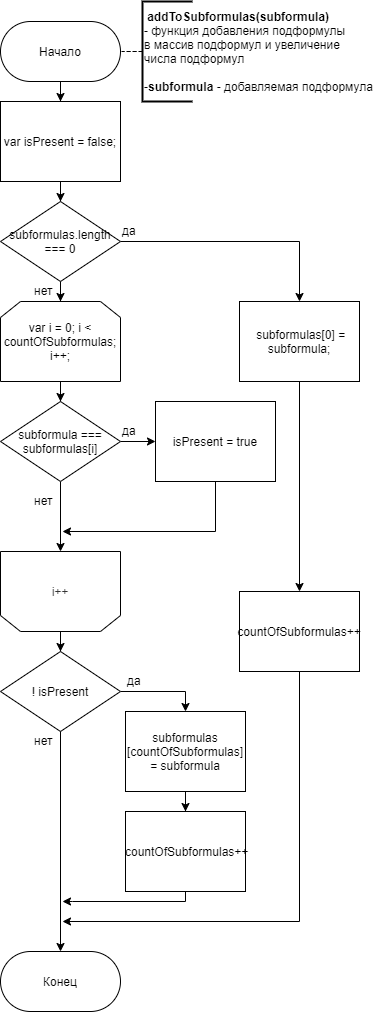
Earlier version of the draw.io export LR1/report/addToSubformulas.PNG (Kuzzzya99/LOIS). Source tidied: cells renumbered, new cells last; positions are measured from the earlier drawing's top-left corner, leaving out a move shared by most shapes.
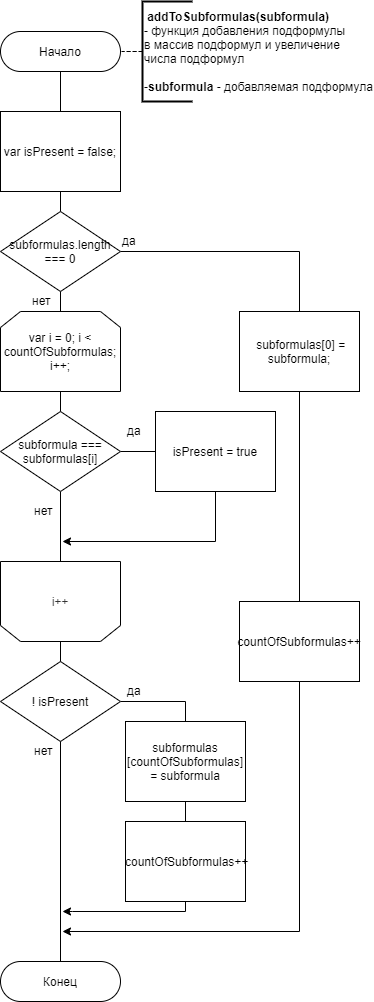
Above is the later version.

What changed in the source:
```diff
@@ -2,34 +2,31 @@
   <root>
     <mxCell id="0" />
     <mxCell id="1" parent="0" />
-    <mxCell id="2" style="edgeStyle=orthogonalEdgeStyle;rounded=0;jettySize=auto;html=1;" parent="1" edge="1" source="3" target="7">
-      <mxGeometry relative="1" as="geometry" />
-    </mxCell>
     <mxCell id="3" value="Начало&lt;br&gt;" style="whiteSpace=wrap;html=1;rounded=1;arcSize=50;align=center;verticalAlign=middle;strokeWidth=1;spacing=4;" parent="1" vertex="1">
-      <mxGeometry y="20" width="120" height="60" as="geometry" />
+      <mxGeometry y="20" width="120" height="40" as="geometry" />
     </mxCell>
     <mxCell id="4" style="edgeStyle=orthogonalEdgeStyle;rounded=0;jettySize=auto;html=1;dashed=1;endArrow=none;endFill=0;" parent="1" edge="1" source="5" target="3">
       <mxGeometry relative="1" as="geometry" />
     </mxCell>
     <mxCell id="5" value="&lt;b&gt;&amp;nbsp;addToSubformulas(subformula)&lt;/b&gt;&lt;b&gt;&amp;nbsp;&lt;/b&gt;&lt;b&gt;&lt;br&gt;&lt;/b&gt;&lt;div&gt;- функция добавления подформулы&lt;/div&gt;&lt;div&gt;в массив подформул и увеличение&amp;nbsp;&lt;/div&gt;&lt;div&gt;числа подформул&lt;/div&gt;&lt;div&gt;&lt;br&gt;&lt;/div&gt;&lt;div&gt;-&lt;b&gt;subformula&lt;/b&gt;&amp;nbsp;- добавляемая подформула&lt;/div&gt;" style="strokeWidth=2;html=1;shape=mxgraph.flowchart.annotation_1;align=left;" parent="1" vertex="1">
-      <mxGeometry x="142" width="50" height="100" as="geometry" />
+      <mxGeometry x="142" y="-10" width="50" height="100" as="geometry" />
     </mxCell>
-    <mxCell id="6" style="edgeStyle=orthogonalEdgeStyle;rounded=0;jettySize=auto;html=1;" parent="1" edge="1" source="7" target="10">
+    <mxCell id="6" style="edgeStyle=orthogonalEdgeStyle;rounded=0;jettySize=auto;html=1;endArrow=none;endFill=0;" parent="1" edge="1" source="7" target="10">
       <mxGeometry relative="1" as="geometry" />
     </mxCell>
     <mxCell id="7" value="var isPresent = false;" style="rounded=0;whiteSpace=wrap;html=1;" parent="1" vertex="1">
       <mxGeometry y="100" width="120" height="80" as="geometry" />
     </mxCell>
-    <mxCell id="8" style="edgeStyle=orthogonalEdgeStyle;rounded=0;jettySize=auto;html=1;entryX=0.5;entryY=0;entryDx=0;entryDy=0;" parent="1" edge="1" source="10" target="12">
+    <mxCell id="8" style="edgeStyle=orthogonalEdgeStyle;rounded=0;jettySize=auto;html=1;entryX=0.5;entryY=0;entryDx=0;entryDy=0;endArrow=none;endFill=0;" parent="1" edge="1" source="10" target="12">
       <mxGeometry relative="1" as="geometry" />
     </mxCell>
-    <mxCell id="9" style="edgeStyle=orthogonalEdgeStyle;rounded=0;jettySize=auto;html=1;entryX=0.5;entryY=0;entryDx=0;entryDy=0;" parent="1" edge="1" source="10" target="17">
+    <mxCell id="9" style="edgeStyle=orthogonalEdgeStyle;rounded=0;jettySize=auto;html=1;entryX=0.5;entryY=0;entryDx=0;entryDy=0;endArrow=none;endFill=0;" parent="1" edge="1" source="10" target="17">
       <mxGeometry relative="1" as="geometry" />
     </mxCell>
     <mxCell id="10" value="subformulas.length === 0" style="rhombus;whiteSpace=wrap;html=1;" parent="1" vertex="1">
       <mxGeometry y="200" width="120" height="80" as="geometry" />
     </mxCell>
-    <mxCell id="11" style="edgeStyle=orthogonalEdgeStyle;rounded=0;jettySize=auto;html=1;" parent="1" edge="1" source="12" target="15">
+    <mxCell id="11" style="edgeStyle=orthogonalEdgeStyle;rounded=0;jettySize=auto;html=1;endArrow=none;endFill=0;" parent="1" edge="1" source="12" target="15">
       <mxGeometry relative="1" as="geometry" />
     </mxCell>
     <mxCell id="12" value="&amp;nbsp;subformulas[0] = subformula;" style="rounded=0;whiteSpace=wrap;html=1;" parent="1" vertex="1">
@@ -49,19 +46,19 @@
     <mxCell id="15" value="countOfSubformulas++" style="rounded=0;whiteSpace=wrap;html=1;" parent="1" vertex="1">
       <mxGeometry x="239" y="590" width="120" height="80" as="geometry" />
     </mxCell>
-    <mxCell id="16" style="edgeStyle=orthogonalEdgeStyle;rounded=0;jettySize=auto;html=1;" parent="1" edge="1" source="17" target="21">
+    <mxCell id="16" style="edgeStyle=orthogonalEdgeStyle;rounded=0;jettySize=auto;html=1;endArrow=none;endFill=0;" parent="1" edge="1" source="17" target="21">
       <mxGeometry relative="1" as="geometry" />
     </mxCell>
     <mxCell id="17" value="var i = 0; i &amp;lt; countOfSubformulas; i++;&lt;br&gt;" style="shape=loopLimit;whiteSpace=wrap;html=1;" parent="1" vertex="1">
       <mxGeometry y="300" width="120" height="80" as="geometry" />
     </mxCell>
     <mxCell id="18" value="нет" style="text;html=1;align=left;verticalAlign=top;spacingTop=-4;" parent="1" vertex="1">
-      <mxGeometry x="32" y="280" width="30" height="20" as="geometry" />
+      <mxGeometry x="30" y="280" width="30" height="20" as="geometry" />
     </mxCell>
-    <mxCell id="19" style="edgeStyle=orthogonalEdgeStyle;rounded=0;jettySize=auto;html=1;" parent="1" edge="1" source="21" target="27">
+    <mxCell id="19" style="edgeStyle=orthogonalEdgeStyle;rounded=0;jettySize=auto;html=1;endArrow=none;endFill=0;" parent="1" edge="1" source="21" target="27">
       <mxGeometry relative="1" as="geometry" />
     </mxCell>
-    <mxCell id="20" style="edgeStyle=orthogonalEdgeStyle;rounded=0;jettySize=auto;html=1;" parent="1" edge="1" source="21" target="23">
+    <mxCell id="20" style="edgeStyle=orthogonalEdgeStyle;rounded=0;jettySize=auto;html=1;endArrow=none;endFill=0;" parent="1" edge="1" source="21" target="23">
       <mxGeometry relative="1" as="geometry" />
     </mxCell>
     <mxCell id="21" value="subformula === subformulas[i]" style="rhombus;whiteSpace=wrap;html=1;" parent="1" vertex="1">
@@ -79,24 +76,21 @@
       <mxGeometry x="155" y="400" width="120" height="80" as="geometry" />
     </mxCell>
     <mxCell id="24" value="да" style="text;html=1;align=left;verticalAlign=top;spacingTop=-4;" parent="1" vertex="1">
-      <mxGeometry x="120" y="420" width="30" height="20" as="geometry" />
+      <mxGeometry x="125" y="410" width="30" height="20" as="geometry" />
     </mxCell>
     <mxCell id="25" value="нет" style="text;html=1;align=left;verticalAlign=top;spacingTop=-4;" parent="1" vertex="1">
       <mxGeometry x="32" y="490" width="30" height="20" as="geometry" />
     </mxCell>
-    <mxCell id="26" style="edgeStyle=orthogonalEdgeStyle;rounded=0;jettySize=auto;html=1;" parent="1" edge="1" source="27" target="29">
-      <mxGeometry relative="1" as="geometry" />
-    </mxCell>
     <mxCell id="27" value="i++" style="shape=loopLimit;whiteSpace=wrap;html=1;rotation=0;textOpacity=80;direction=east;flipH=0;flipV=1;" parent="1" vertex="1">
       <mxGeometry y="550" width="120" height="80" as="geometry" />
     </mxCell>
-    <mxCell id="28" style="edgeStyle=orthogonalEdgeStyle;rounded=0;jettySize=auto;html=1;entryX=0.5;entryY=0;entryDx=0;entryDy=0;" parent="1" edge="1" source="29" target="31">
+    <mxCell id="28" style="edgeStyle=orthogonalEdgeStyle;rounded=0;jettySize=auto;html=1;entryX=0.5;entryY=0;entryDx=0;entryDy=0;endArrow=none;endFill=0;" parent="1" edge="1" source="29" target="31">
       <mxGeometry relative="1" as="geometry" />
     </mxCell>
     <mxCell id="29" value="! isPresent" style="rhombus;whiteSpace=wrap;html=1;" parent="1" vertex="1">
       <mxGeometry y="650" width="120" height="80" as="geometry" />
     </mxCell>
-    <mxCell id="30" style="edgeStyle=orthogonalEdgeStyle;rounded=0;jettySize=auto;html=1;" parent="1" edge="1" source="31" target="33">
+    <mxCell id="30" style="edgeStyle=orthogonalEdgeStyle;rounded=0;jettySize=auto;html=1;endArrow=none;endFill=0;" parent="1" edge="1" source="31" target="33">
       <mxGeometry relative="1" as="geometry" />
     </mxCell>
     <mxCell id="31" value="subformulas&lt;br&gt;[countOfSubformulas] = subformula" style="rounded=0;whiteSpace=wrap;html=1;" parent="1" vertex="1">
@@ -109,12 +103,12 @@
       <mxGeometry x="125" y="810" width="120" height="80" as="geometry" />
     </mxCell>
     <mxCell id="34" value="Конец&lt;br&gt;" style="whiteSpace=wrap;html=1;rounded=1;arcSize=50;align=center;verticalAlign=middle;strokeWidth=1;spacing=4;" parent="1" vertex="1">
-      <mxGeometry y="950" width="120" height="60" as="geometry" />
+      <mxGeometry y="950" width="120" height="40" as="geometry" />
     </mxCell>
     <mxCell id="35" value="нет" style="text;html=1;align=left;verticalAlign=top;spacingTop=-4;" parent="1" vertex="1">
       <mxGeometry x="32" y="730" width="30" height="20" as="geometry" />
     </mxCell>
-    <mxCell id="36" style="endArrow=classic;html=1;exitX=0.5;exitY=1;exitDx=0;exitDy=0;entryX=0.5;entryY=0;entryDx=0;entryDy=0;" parent="1" edge="1" source="29" target="34">
+    <mxCell id="36" style="endArrow=none;html=1;exitX=0.5;exitY=1;exitDx=0;exitDy=0;entryX=0.5;entryY=0;entryDx=0;entryDy=0;endFill=0;" parent="1" edge="1" source="29" target="34">
       <mxGeometry relative="1" as="geometry" />
     </mxCell>
     <mxCell id="37" style="edgeStyle=orthogonalEdgeStyle;rounded=0;jettySize=auto;html=1;exitX=0.5;exitY=1;exitDx=0;exitDy=0;" parent="1" edge="1" source="33">
@@ -126,5 +120,11 @@
         </Array>
       </mxGeometry>
     </mxCell>
+    <mxCell id="38" style="endArrow=none;html=1;entryX=0.5;entryY=1;entryDx=0;entryDy=0;exitX=0.5;exitY=0;exitDx=0;exitDy=0;" parent="1" edge="1" source="7" target="3">
+      <mxGeometry relative="1" as="geometry" />
+    </mxCell>
+    <mxCell id="26" style="endArrow=none;html=1;exitX=0.5;exitY=1;exitDx=0;exitDy=0;entryX=0.5;entryY=0;entryDx=0;entryDy=0;" parent="1" edge="1" source="27" target="29">
+      <mxGeometry relative="1" as="geometry" />
+    </mxCell>
   </root>
 </mxGraphModel>
```
